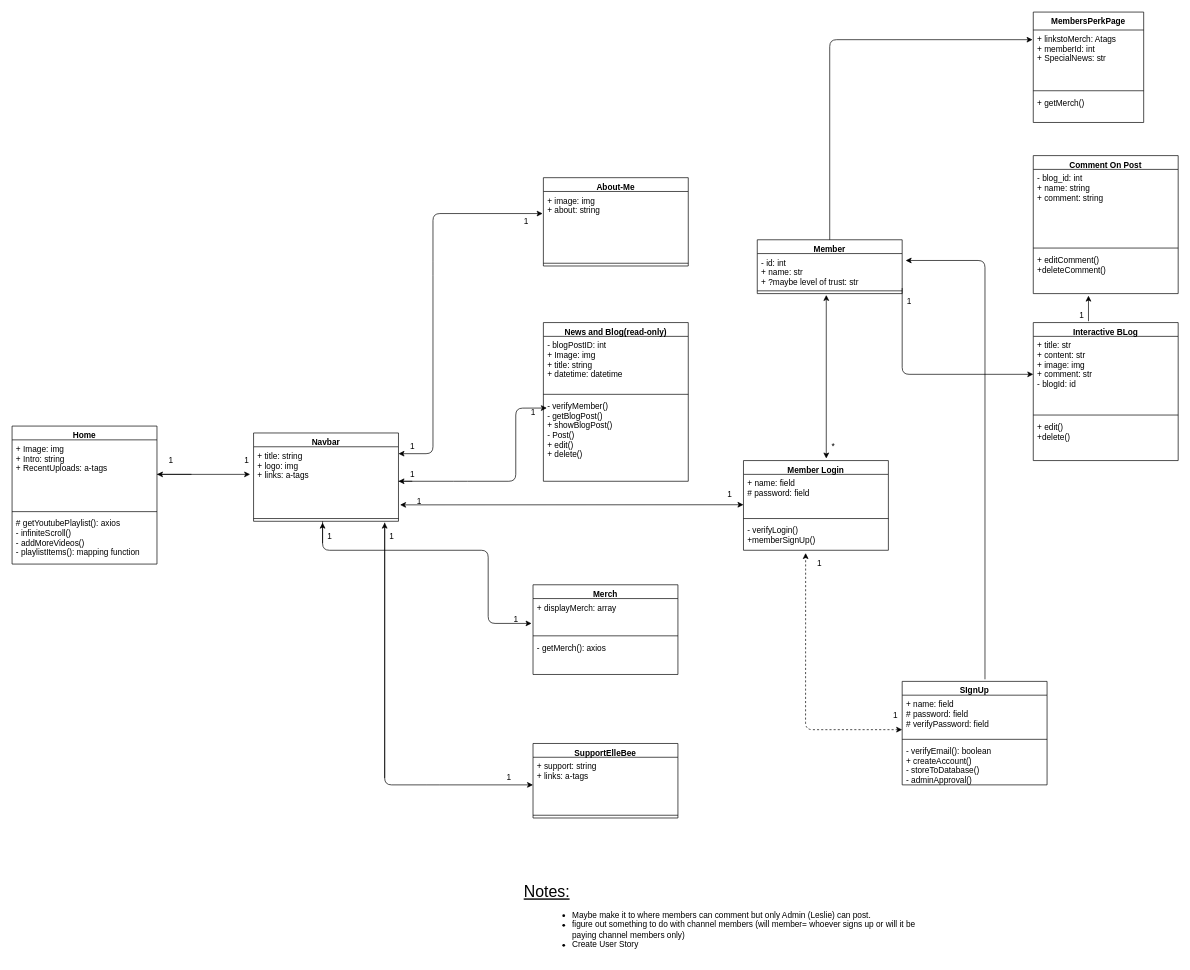
This is ElleBee-ClassDiagram.drawio from bass1121/ElleBeeWebsite, a draw.io file, before an edit. Source tidied: cells renumbered, new cells numbered last; positions are measured from the earlier drawing's top-left corner, leaving out a move shared by most shapes. Both pictures are drawn from the tidied source at 69%, with x=0, y=0 at pixel (12, 12).
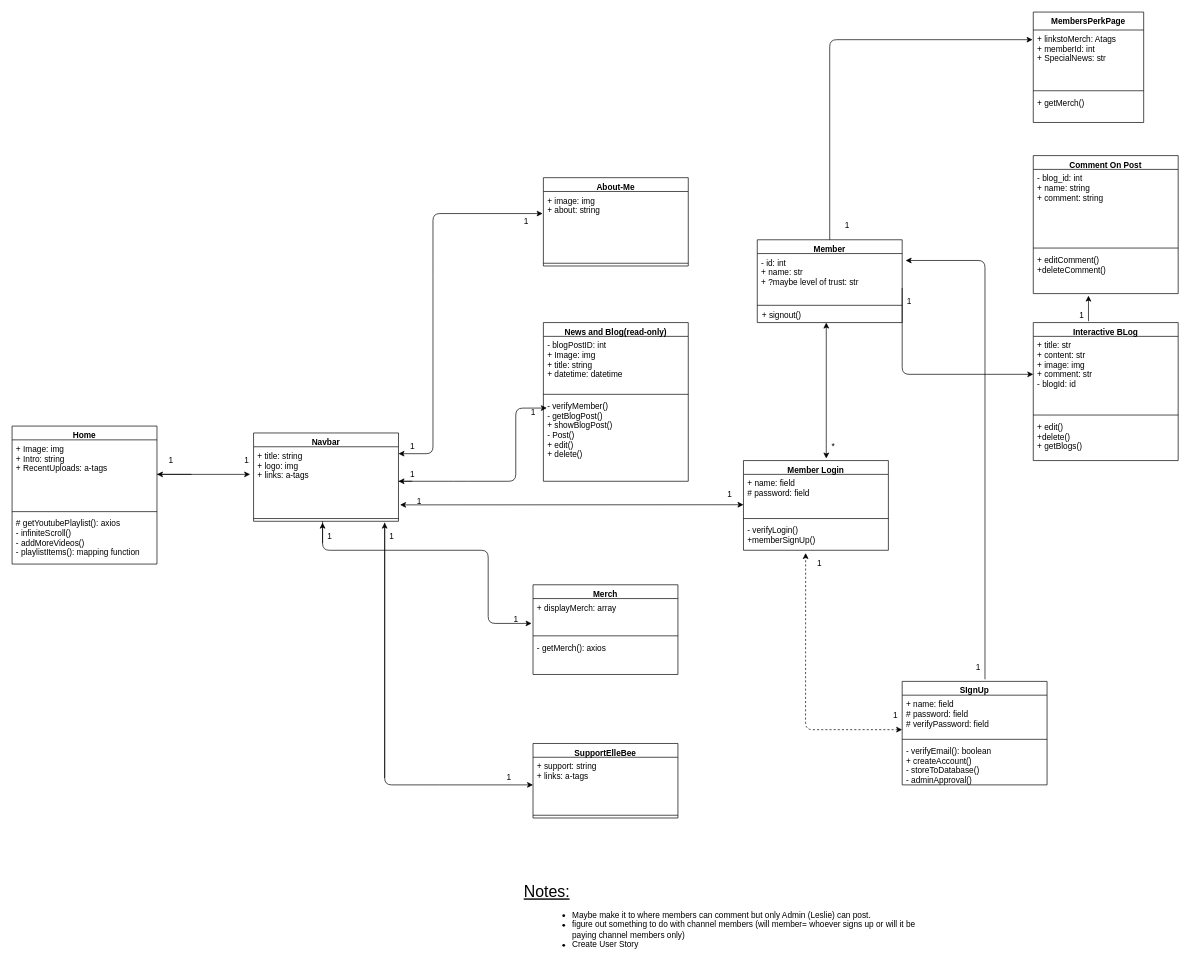
The same diagram, later.

Commit message:
Added Relationships and methods

The change refers to these unchanged cells:
```xml
<mxCell id="34" value="Interactive BLog" style="swimlane;fontStyle=1;align=center;verticalAlign=top;horizontal=1;startSize=20;" parent="1" vertex="1">
  <mxGeometry x="1480" y="450" width="210" height="200" as="geometry" />
</mxCell>
```

Change to the diagram source:
```diff
@@
-    <mxCell id="37" value="+ edit()&#10;+delete()" style="text;strokeColor=none;fillColor=none;align=left;verticalAlign=top;spacingLeft=4;spacingRight=4;overflow=hidden;" parent="34" vertex="1">
+    <mxCell id="37" value="+ edit()&#10;+delete()&#10;+ getBlogs()" style="text;strokeColor=none;fillColor=none;align=left;verticalAlign=top;spacingLeft=4;spacingRight=4;overflow=hidden;" parent="34" vertex="1">
       <mxGeometry y="138" width="210" height="62" as="geometry" />
     </mxCell>
@@
     <mxCell id="61" value="Member" style="swimlane;fontStyle=1;align=center;verticalAlign=top;horizontal=1;startSize=20;" parent="1" vertex="1">
-      <mxGeometry x="1080" y="330" width="210" height="78" as="geometry" />
+      <mxGeometry x="1080" y="330" width="210" height="120" as="geometry" />
     </mxCell>
@@
     <mxCell id="63" style="line;strokeWidth=1;fillColor=none;align=left;verticalAlign=middle;spacingTop=-1;spacingLeft=3;spacingRight=3;labelPosition=right;points=[];portConstraint=eastwest;" parent="61" vertex="1">
-      <mxGeometry y="70" width="210" height="8" as="geometry" />
+      <mxGeometry y="70" width="210" height="50" as="geometry" />
     </mxCell>
     <mxCell id="64" style="endArrow=classic;startArrow=classic;html=1;" parent="1" edge="1">
       <mxGeometry relative="1" as="geometry">
         <mxPoint x="1180" y="647" as="sourcePoint" />
-        <mxPoint x="1180" y="410" as="targetPoint" />
+        <mxPoint x="1180" y="450" as="targetPoint" />
       </mxGeometry>
     </mxCell>
@@
+    <mxCell id="83" value="1" style="text;html=1;align=center;verticalAlign=middle;strokeColor=none;" parent="1" vertex="1">
+      <mxGeometry x="1390" y="940" width="20" height="20" as="geometry" />
+    </mxCell>
+    <mxCell id="84" value="1" style="text;html=1;align=center;verticalAlign=middle;strokeColor=none;" parent="1" vertex="1">
+      <mxGeometry x="1200" y="300" width="20" height="20" as="geometry" />
+    </mxCell>
+    <mxCell id="85" value="+ signout()" style="text;html=1;align=center;verticalAlign=middle;strokeColor=none;" parent="1" vertex="1">
+      <mxGeometry x="1080" y="430" width="70" height="20" as="geometry" />
+    </mxCell>
```
